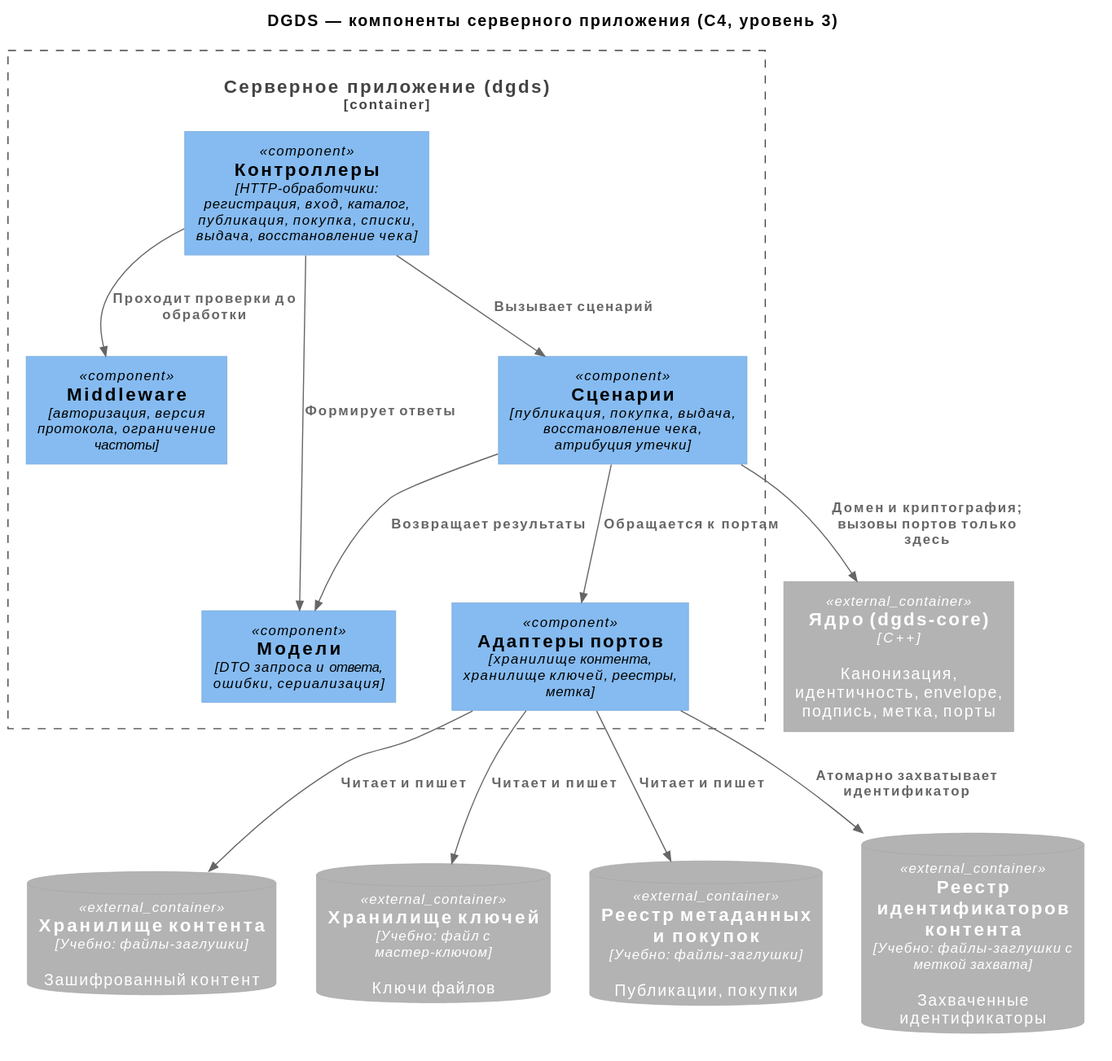
The PlantUML diagram docs/architecture/03-components-server.svg in plushcube/dgds, before a commit.
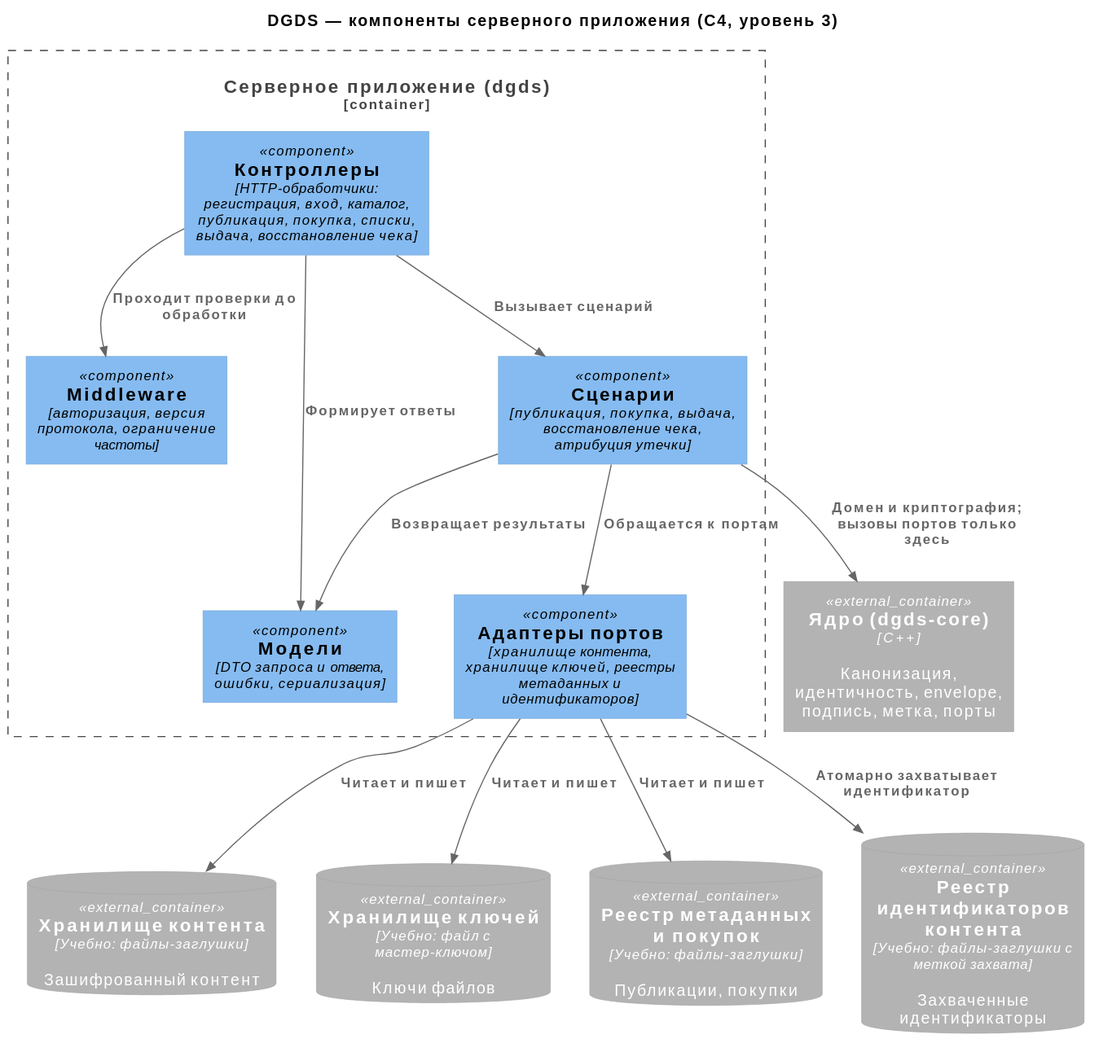
After the commit.

What changed in the source:
```diff
@@ -8,7 +8,7 @@
   Component(controllers, "Контроллеры", "HTTP-обработчики: регистрация, вход, каталог, публикация, покупка, списки, выдача, восстановление чека")
   Component(services, "Сценарии", "публикация, покупка, выдача, восстановление чека, атрибуция утечки")
   Component(models, "Модели", "DTO запроса и ответа, ошибки, сериализация")
-  Component(adapters, "Адаптеры портов", "хранилище контента, хранилище ключей, реестры, метка")
+  Component(adapters, "Адаптеры портов", "хранилище контента, хранилище ключей, реестры метаданных и идентификаторов")
 }
 
 Container_Ext(core, "Ядро (dgds-core)", "C++", "Канонизация, идентичность, envelope, подпись, метка, порты")
```
